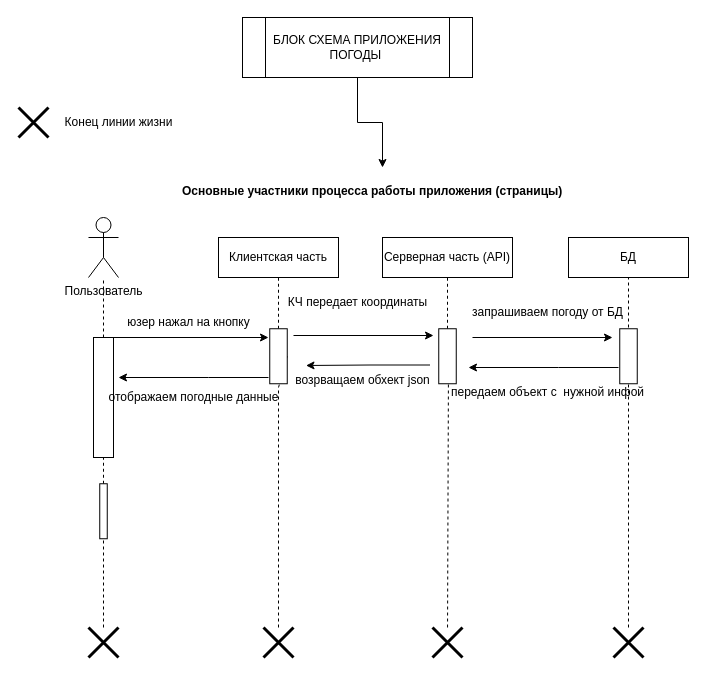
Earlier version of the draw.io diagram Диаграмма без названия.drawio (alexeyGilyazov/Page---Denis-Novik). Source tidied: cells renumbered, new cells numbered last; positions are measured from the earlier drawing's top-left corner, leaving out a move shared by most shapes. Both pictures are drawn from the tidied source at 100%, with x=0, y=0 at pixel (18, 17).
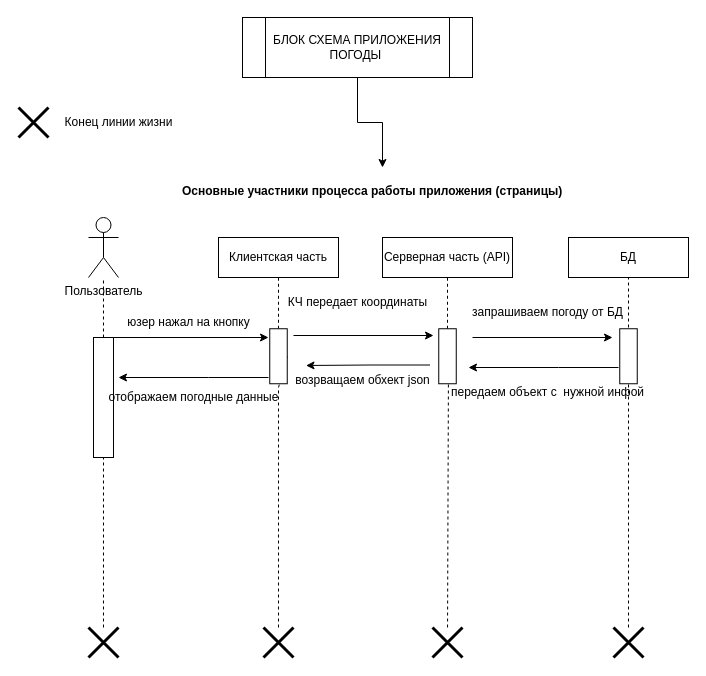
The same diagram, later.

The change refers to these unchanged cells:
```xml
<mxCell id="12" style="shape=umlDestroy;whiteSpace=wrap;html=1;strokeWidth=3;targetShapes=umlLifeline;" parent="1" vertex="1">
  <mxGeometry x="70" y="610" width="30" height="30" as="geometry" />
</mxCell>
<mxCell id="18" style="rounded=0;whiteSpace=wrap;html=1;rotation=-90;" parent="1" vertex="1">
  <mxGeometry x="25" y="370" width="120" height="20" as="geometry" />
</mxCell>
```

Diff of the diagram source:
```diff
@@
-    <mxCell id="17" style="endArrow=none;dashed=1;html=1;rounded=0;" parent="1" edge="1" source="21" target="18">
+    <mxCell id="17" style="endArrow=none;dashed=1;html=1;rounded=0;" parent="1" edge="1" source="12" target="18">
       <mxGeometry relative="1" as="geometry" />
     </mxCell>
@@
-    <mxCell id="20" style="endArrow=none;dashed=1;html=1;rounded=0;" parent="1" edge="1" target="21">
-      <mxGeometry relative="1" as="geometry">
-        <mxPoint x="85" y="610" as="sourcePoint" />
-      </mxGeometry>
-    </mxCell>
-    <mxCell id="21" style="rounded=0;whiteSpace=wrap;html=1;rotation=-90;" parent="1" vertex="1">
-      <mxGeometry x="57.5" y="490" width="55" height="7.5" as="geometry" />
-    </mxCell>
```
